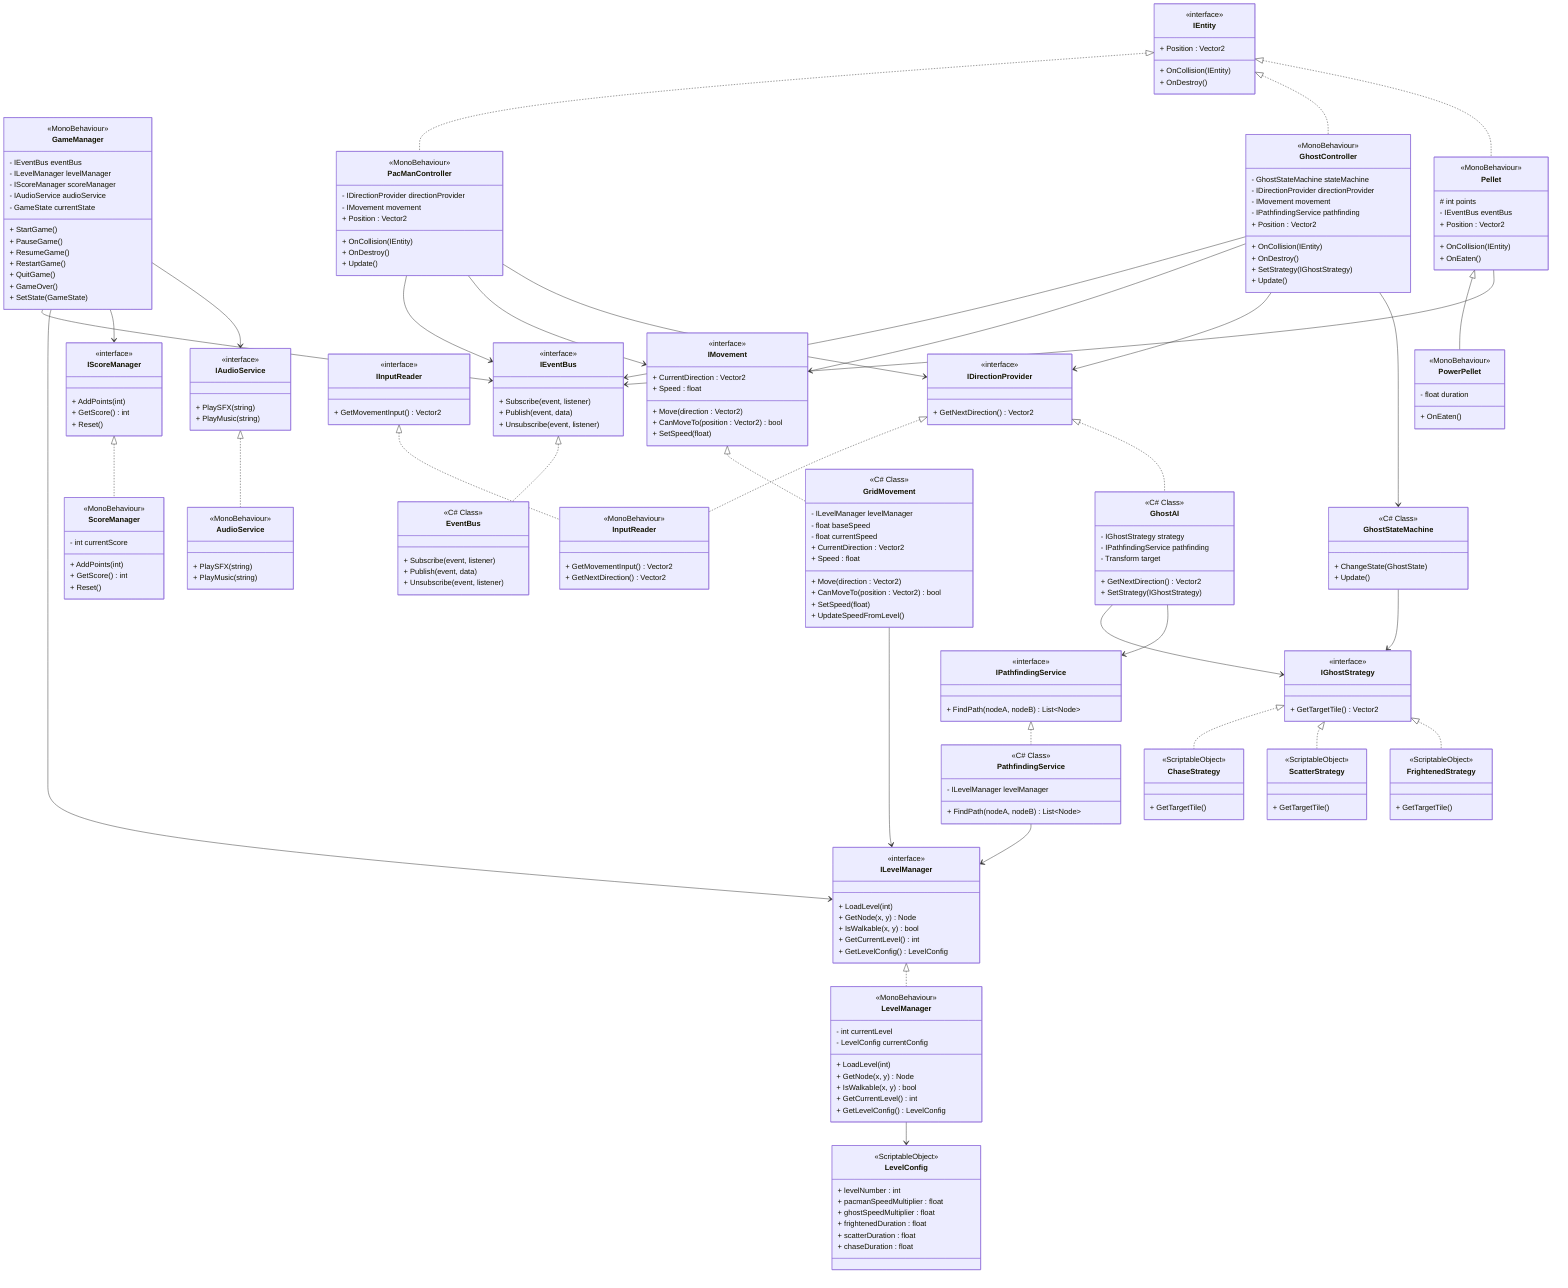
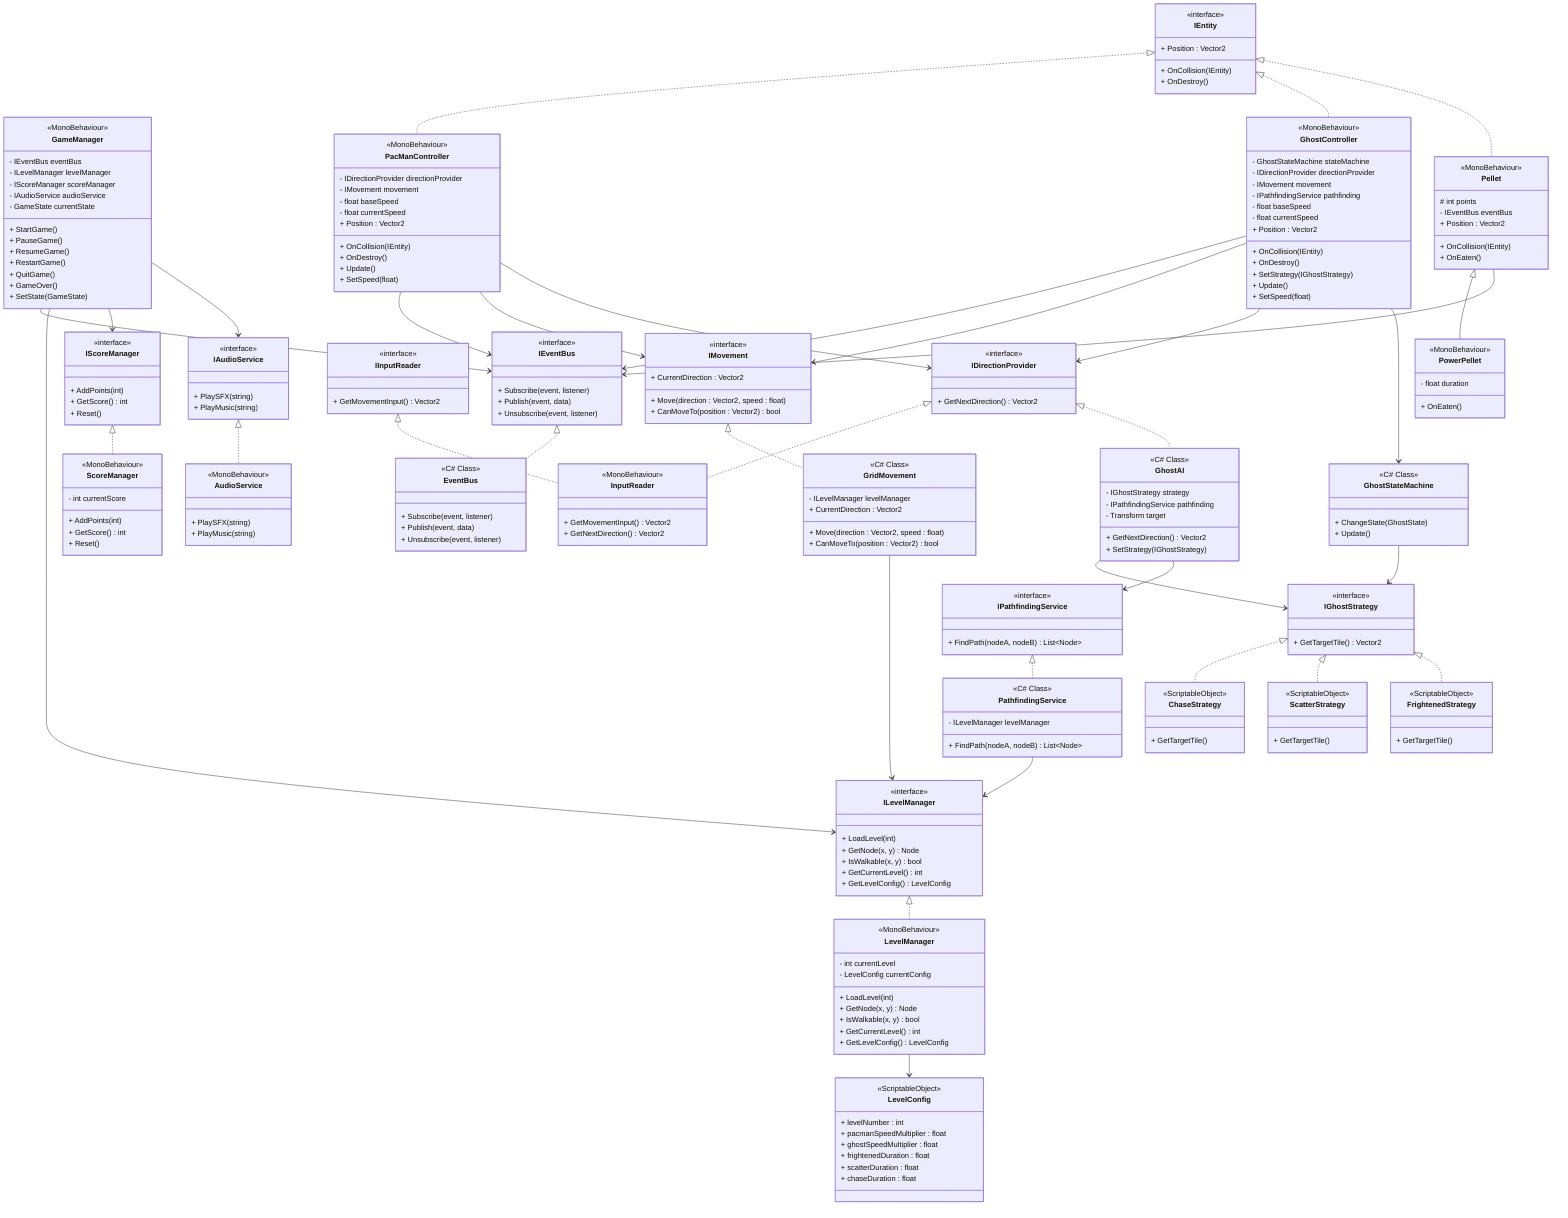
classDiagram

    %% Core Interfaces
    class IEntity {
        <<interface>>
        + Position : Vector2
        + OnCollision(IEntity)
        + OnDestroy()
    }

    class IMovement {
        <<interface>>
-         + Move(direction : Vector2)
+         + Move(direction : Vector2, speed : float)
        + CanMoveTo(position : Vector2) bool
        + CurrentDirection : Vector2
-         + SetSpeed(float)
-         + Speed : float
    }

    class IEventBus {
        <<interface>>
        + Subscribe(event, listener)
        + Publish(event, data)
        + Unsubscribe(event, listener)
    }

    class IPathfindingService {
        <<interface>>
        + FindPath(nodeA, nodeB) List~Node~
    }

    class IAudioService {
        <<interface>>
        + PlaySFX(string)
        + PlayMusic(string)
    }

    class IInputReader {
        <<interface>>
        + GetMovementInput() Vector2
    }

    class IDirectionProvider {
        <<interface>>
        + GetNextDirection() Vector2
    }

    class ILevelManager {
        <<interface>>
        + LoadLevel(int)
        + GetNode(x, y) Node
        + IsWalkable(x, y) bool
        + GetCurrentLevel() int
        + GetLevelConfig() LevelConfig
    }

    class IScoreManager {
        <<interface>>
        + AddPoints(int)
        + GetScore() int
        + Reset()
    }

    %% Managers (MonoBehaviour)
    class GameManager {
        <<MonoBehaviour>>
        - IEventBus eventBus
        - ILevelManager levelManager
        - IScoreManager scoreManager
        - IAudioService audioService
        - GameState currentState
        + StartGame()
        + PauseGame()
        + ResumeGame()
        + RestartGame()
        + QuitGame()
        + GameOver()
        + SetState(GameState)
    }

    class LevelManager {
        <<MonoBehaviour>>
        - int currentLevel
        - LevelConfig currentConfig
        + LoadLevel(int)
        + GetNode(x, y) Node
        + IsWalkable(x, y) bool
        + GetCurrentLevel() int
        + GetLevelConfig() LevelConfig
    }

    class ScoreManager {
        <<MonoBehaviour>>
        - int currentScore
        + AddPoints(int)
        + GetScore() int
        + Reset()
    }

    class EventBus {
        <<C# Class>>
        + Subscribe(event, listener)
        + Publish(event, data)
        + Unsubscribe(event, listener)
    }

    %% Entities
    class PacManController {
        <<MonoBehaviour>>
        - IDirectionProvider directionProvider
        - IMovement movement
+         - float baseSpeed
+         - float currentSpeed
        + Position : Vector2
        + OnCollision(IEntity)
        + OnDestroy()
        + Update()
+         + SetSpeed(float)
    }

    class GridMovement {
        <<C# Class>>
        - ILevelManager levelManager
-         - float baseSpeed
-         - float currentSpeed
-         + Move(direction : Vector2)
+         + Move(direction : Vector2, speed : float)
        + CanMoveTo(position : Vector2) bool
        + CurrentDirection : Vector2
-         + SetSpeed(float)
-         + Speed : float
-         + UpdateSpeedFromLevel()
    }

    class InputReader {
        <<MonoBehaviour>>
        + GetMovementInput() Vector2
        + GetNextDirection() Vector2
    }

    class GhostController {
        <<MonoBehaviour>>
        - GhostStateMachine stateMachine
        - IDirectionProvider directionProvider
        - IMovement movement
        - IPathfindingService pathfinding
+         - float baseSpeed
+         - float currentSpeed
        + Position : Vector2
        + OnCollision(IEntity)
        + OnDestroy()
        + SetStrategy(IGhostStrategy)
        + Update()
+         + SetSpeed(float)
    }

    class GhostAI {
        <<C# Class>>
        - IGhostStrategy strategy
        - IPathfindingService pathfinding
        - Transform target
        + GetNextDirection() Vector2
        + SetStrategy(IGhostStrategy)
    }

    class Pellet {
        <<MonoBehaviour>>
        # int points
        - IEventBus eventBus
        + Position : Vector2
        + OnCollision(IEntity)
        + OnEaten()
    }

    class PowerPellet {
        <<MonoBehaviour>>
        - float duration
        + OnEaten()
    }

    class GhostStateMachine {
        <<C# Class>>
        + ChangeState(GhostState)
        + Update()
    }

    class IGhostStrategy {
        <<interface>>
        + GetTargetTile() Vector2
    }

    class ChaseStrategy {
        <<ScriptableObject>>
        + GetTargetTile()
    }

    class ScatterStrategy {
        <<ScriptableObject>>
        + GetTargetTile()
    }

    class FrightenedStrategy {
        <<ScriptableObject>>
        + GetTargetTile()
    }

    class AudioService {
        <<MonoBehaviour>>
        + PlaySFX(string)
        + PlayMusic(string)
    }

    class PathfindingService {
        <<C# Class>>
        - ILevelManager levelManager
        + FindPath(nodeA, nodeB) List~Node~
    }

    class LevelConfig {
        <<ScriptableObject>>
        + levelNumber : int
        + pacmanSpeedMultiplier : float
        + ghostSpeedMultiplier : float
        + frightenedDuration : float
        + scatterDuration : float
        + chaseDuration : float
    }

%% Interface Implementations
IEventBus <|.. EventBus
ILevelManager <|.. LevelManager
IScoreManager <|.. ScoreManager
IAudioService <|.. AudioService
IPathfindingService <|.. PathfindingService
IInputReader <|.. InputReader
IDirectionProvider <|.. InputReader
IDirectionProvider <|.. GhostAI
IMovement <|.. GridMovement

%% Entity Implementations
IEntity <|.. PacManController
IEntity <|.. GhostController
IEntity <|.. Pellet

%% Inheritance
Pellet <|-- PowerPellet

%% Manager Dependencies (using interfaces)
GameManager --> IEventBus
GameManager --> ILevelManager
GameManager --> IScoreManager
GameManager --> IAudioService

%% LevelManager Dependencies
LevelManager --> LevelConfig

%% Entity Dependencies
PacManController --> IEventBus
PacManController --> IMovement
PacManController --> IDirectionProvider

GhostController --> IEventBus
GhostController --> IMovement
GhostController --> IDirectionProvider

GridMovement --> ILevelManager

Pellet --> IEventBus

%% Ghost AI
GhostController --> GhostStateMachine
GhostAI --> IGhostStrategy
GhostAI --> IPathfindingService
GhostStateMachine --> IGhostStrategy
IGhostStrategy <|.. ChaseStrategy
IGhostStrategy <|.. ScatterStrategy
IGhostStrategy <|.. FrightenedStrategy

PathfindingService --> ILevelManager
